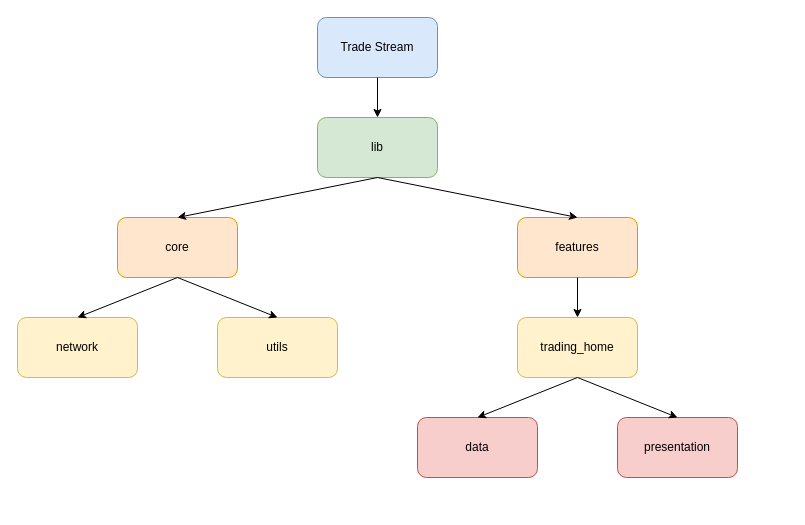
Above: Trade Stream folder structure.drawio in ayaanpathan/trade_stream (draw.io), before the change. Source tidied: cells renumbered, new cells numbered last; positions are measured from the earlier drawing's top-left corner, leaving out a move shared by most shapes. Both pictures are drawn from the tidied source at 100%, with x=0, y=0 at pixel (17, 17).
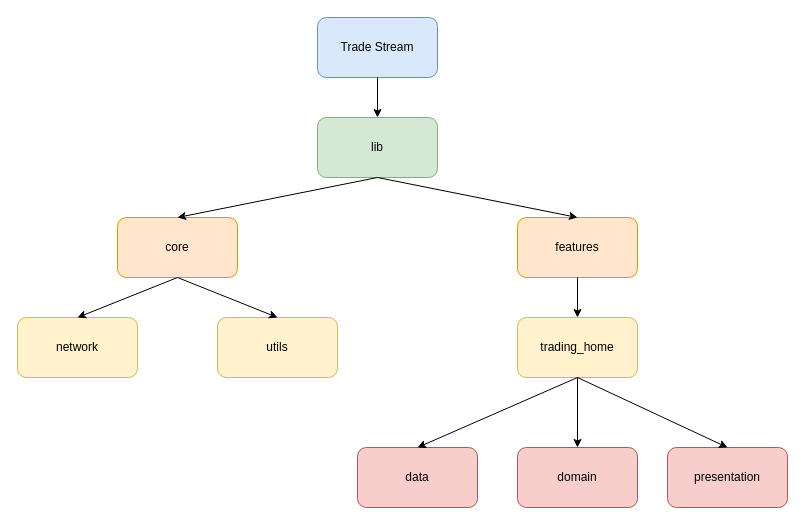
The same page after the edit.

Unchanged cells that the change refers to:
```xml
<mxCell id="8" value="trading_home" style="rounded=1;whiteSpace=wrap;html=1;fillColor=#fff2cc;strokeColor=#d6b656;" parent="1" vertex="1">
  <mxGeometry x="500" y="300" width="120" height="60" as="geometry" />
</mxCell>
```

The edit, as a diff of the source:
```diff
@@
+    <mxCell id="19" style="edgeStyle=orthogonalEdgeStyle;rounded=0;jettySize=auto;html=1;entryX=0.5;entryY=0;entryDx=0;entryDy=0;" parent="1" edge="1" source="8" target="20">
+      <mxGeometry relative="1" as="geometry" />
+    </mxCell>
@@
     <mxCell id="9" value="data" style="rounded=1;whiteSpace=wrap;html=1;fillColor=#f8cecc;strokeColor=#b85450;" parent="1" vertex="1">
-      <mxGeometry x="400" y="400" width="120" height="60" as="geometry" />
+      <mxGeometry x="340" y="430" width="120" height="60" as="geometry" />
     </mxCell>
     <mxCell id="10" value="presentation" style="rounded=1;whiteSpace=wrap;html=1;fillColor=#f8cecc;strokeColor=#b85450;" parent="1" vertex="1">
-      <mxGeometry x="600" y="400" width="120" height="60" as="geometry" />
+      <mxGeometry x="650" y="430" width="120" height="60" as="geometry" />
     </mxCell>
@@
+    <mxCell id="20" value="domain" style="rounded=1;whiteSpace=wrap;html=1;fillColor=#f8cecc;strokeColor=#b85450;" parent="1" vertex="1">
+      <mxGeometry x="500" y="430" width="120" height="60" as="geometry" />
+    </mxCell>
```
